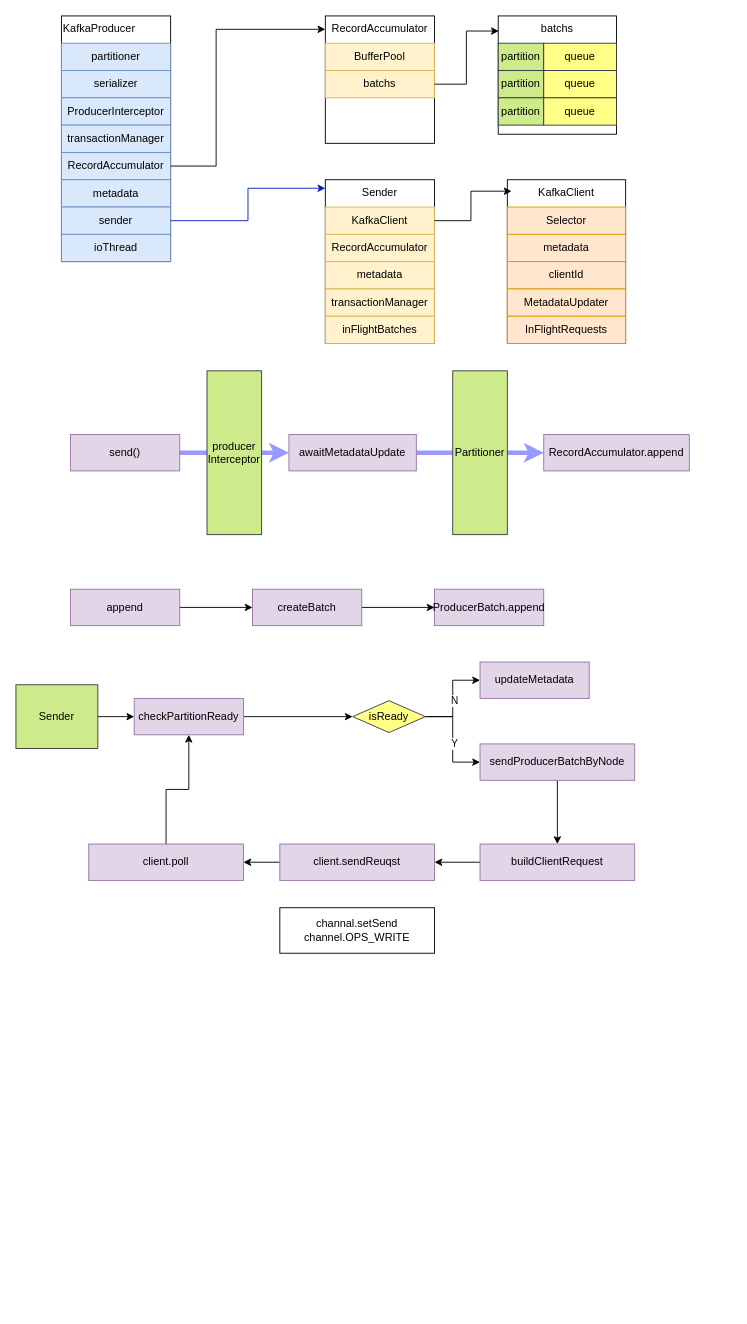
Before: draw/kafka/myKafka.drawio in BxcGit/draw, a draw.io diagram. Source tidied: cells renumbered, new cells numbered last; positions are measured from the earlier drawing's top-left corner, leaving out a move shared by most shapes. Both pictures are drawn from the tidied source at 91%, with x=0, y=0 at pixel (15, 15).
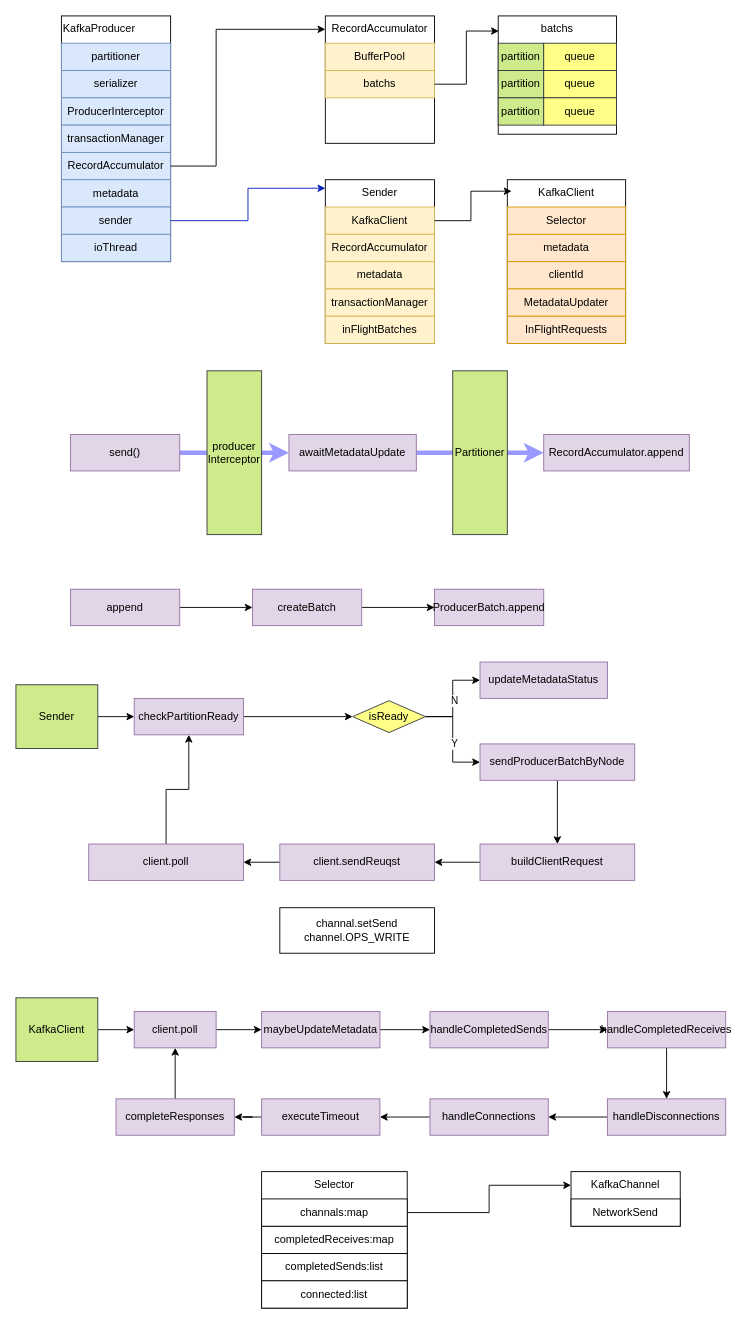
The same page after the edit.

Change to the diagram source:
```diff
@@
-    <mxCell id="53" value="updateMetadata" style="rounded=0;whiteSpace=wrap;html=1;align=center;verticalAlign=middle;fillColor=#e1d5e7;strokeColor=#9673a6;" parent="1" vertex="1">
-      <mxGeometry x="510" y="710" width="120" height="40" as="geometry" />
+    <mxCell id="53" value="updateMetadataStatus" style="rounded=0;whiteSpace=wrap;html=1;align=center;verticalAlign=middle;fillColor=#e1d5e7;strokeColor=#9673a6;" parent="1" vertex="1">
+      <mxGeometry x="510" y="710" width="140" height="40" as="geometry" />
     </mxCell>
@@
+    <mxCell id="68" style="edgeStyle=orthogonalEdgeStyle;rounded=0;jettySize=auto;html=1;entryX=0;entryY=0.5;entryDx=0;entryDy=0;" parent="1" edge="1" source="69" target="71">
+      <mxGeometry relative="1" as="geometry" />
+    </mxCell>
+    <mxCell id="69" value="KafkaClient" style="rounded=0;html=1;align=center;verticalAlign=middle;horizontal=1;whiteSpace=wrap;fillColor=#cdeb8b;strokeColor=#36393d;" parent="1" vertex="1">
+      <mxGeometry y="1079" width="90" height="70" as="geometry" />
+    </mxCell>
+    <mxCell id="70" style="edgeStyle=orthogonalEdgeStyle;rounded=0;jettySize=auto;html=1;" parent="1" edge="1" source="71" target="73">
+      <mxGeometry relative="1" as="geometry" />
+    </mxCell>
+    <mxCell id="71" value="client.poll" style="rounded=0;whiteSpace=wrap;html=1;align=center;verticalAlign=middle;fillColor=#e1d5e7;strokeColor=#9673a6;" parent="1" vertex="1">
+      <mxGeometry x="130" y="1094" width="90" height="40" as="geometry" />
+    </mxCell>
+    <mxCell id="72" style="edgeStyle=orthogonalEdgeStyle;rounded=0;jettySize=auto;html=1;" parent="1" edge="1" source="73" target="76">
+      <mxGeometry relative="1" as="geometry" />
+    </mxCell>
+    <mxCell id="73" value="maybeUpdateMetadata" style="rounded=0;whiteSpace=wrap;html=1;align=center;verticalAlign=middle;fillColor=#e1d5e7;strokeColor=#9673a6;" parent="1" vertex="1">
+      <mxGeometry x="270" y="1094" width="130" height="40" as="geometry" />
+    </mxCell>
+    <mxCell id="74" value="Selector" style="rounded=0;whiteSpace=wrap;html=1;align=center;verticalAlign=top;" parent="1" vertex="1">
+      <mxGeometry x="270" y="1270" width="160" height="150" as="geometry" />
+    </mxCell>
+    <mxCell id="75" style="edgeStyle=orthogonalEdgeStyle;rounded=0;jettySize=auto;html=1;entryX=0;entryY=0.5;entryDx=0;entryDy=0;" parent="1" edge="1" source="76" target="78">
+      <mxGeometry relative="1" as="geometry" />
+    </mxCell>
+    <mxCell id="76" value="handleCompletedSends" style="rounded=0;whiteSpace=wrap;html=1;align=center;verticalAlign=middle;fillColor=#e1d5e7;strokeColor=#9673a6;" parent="1" vertex="1">
+      <mxGeometry x="455" y="1094" width="130" height="40" as="geometry" />
+    </mxCell>
+    <mxCell id="77" style="edgeStyle=orthogonalEdgeStyle;rounded=0;jettySize=auto;html=1;" parent="1" edge="1" source="78" target="80">
+      <mxGeometry relative="1" as="geometry" />
+    </mxCell>
+    <mxCell id="78" value="handleCompletedReceives" style="rounded=0;whiteSpace=wrap;html=1;align=center;verticalAlign=middle;fillColor=#e1d5e7;strokeColor=#9673a6;" parent="1" vertex="1">
+      <mxGeometry x="650" y="1094" width="130" height="40" as="geometry" />
+    </mxCell>
+    <mxCell id="79" style="edgeStyle=orthogonalEdgeStyle;rounded=0;jettySize=auto;html=1;" parent="1" edge="1" source="80" target="82">
+      <mxGeometry relative="1" as="geometry" />
+    </mxCell>
+    <mxCell id="80" value="handleDisconnections" style="rounded=0;whiteSpace=wrap;html=1;align=center;verticalAlign=middle;fillColor=#e1d5e7;strokeColor=#9673a6;" parent="1" vertex="1">
+      <mxGeometry x="650" y="1190" width="130" height="40" as="geometry" />
+    </mxCell>
+    <mxCell id="81" style="edgeStyle=orthogonalEdgeStyle;rounded=0;jettySize=auto;html=1;" parent="1" edge="1" source="82" target="86">
+      <mxGeometry relative="1" as="geometry" />
+    </mxCell>
+    <mxCell id="82" value="handleConnections" style="rounded=0;whiteSpace=wrap;html=1;align=center;verticalAlign=middle;fillColor=#e1d5e7;strokeColor=#9673a6;" parent="1" vertex="1">
+      <mxGeometry x="455" y="1190" width="130" height="40" as="geometry" />
+    </mxCell>
+    <mxCell id="83" style="edgeStyle=orthogonalEdgeStyle;rounded=0;jettySize=auto;html=1;entryX=0.5;entryY=1;entryDx=0;entryDy=0;" parent="1" edge="1" source="84" target="71">
+      <mxGeometry relative="1" as="geometry" />
+    </mxCell>
+    <mxCell id="84" value="completeResponses" style="rounded=0;whiteSpace=wrap;html=1;align=center;verticalAlign=middle;fillColor=#e1d5e7;strokeColor=#9673a6;" parent="1" vertex="1">
+      <mxGeometry x="110" y="1190" width="130" height="40" as="geometry" />
+    </mxCell>
+    <mxCell id="85" style="edgeStyle=orthogonalEdgeStyle;rounded=0;jettySize=auto;html=1;" parent="1" edge="1" source="86" target="84">
+      <mxGeometry relative="1" as="geometry" />
+    </mxCell>
+    <mxCell id="86" value="executeTimeout" style="rounded=0;whiteSpace=wrap;html=1;align=center;verticalAlign=middle;fillColor=#e1d5e7;strokeColor=#9673a6;" parent="1" vertex="1">
+      <mxGeometry x="270" y="1190" width="130" height="40" as="geometry" />
+    </mxCell>
+    <mxCell id="87" value="completedSends:list" style="rounded=0;whiteSpace=wrap;html=1;align=center;verticalAlign=middle;" parent="1" vertex="1">
+      <mxGeometry x="270" y="1360" width="160" height="30" as="geometry" />
+    </mxCell>
+    <mxCell id="88" value="completedReceives:map" style="rounded=0;whiteSpace=wrap;html=1;align=center;verticalAlign=middle;" parent="1" vertex="1">
+      <mxGeometry x="270" y="1330" width="160" height="30" as="geometry" />
+    </mxCell>
+    <mxCell id="89" value="connected:list" style="rounded=0;whiteSpace=wrap;html=1;align=center;verticalAlign=middle;" parent="1" vertex="1">
+      <mxGeometry x="270" y="1390" width="160" height="30" as="geometry" />
+    </mxCell>
+    <mxCell id="90" style="edgeStyle=orthogonalEdgeStyle;rounded=0;jettySize=auto;html=1;entryX=0;entryY=0.25;entryDx=0;entryDy=0;" parent="1" edge="1" source="91" target="92">
+      <mxGeometry relative="1" as="geometry" />
+    </mxCell>
+    <mxCell id="91" value="channals:map" style="rounded=0;whiteSpace=wrap;html=1;align=center;verticalAlign=middle;" parent="1" vertex="1">
+      <mxGeometry x="270" y="1300" width="160" height="30" as="geometry" />
+    </mxCell>
+    <mxCell id="92" value="KafkaChannel" style="rounded=0;whiteSpace=wrap;html=1;align=center;verticalAlign=top;" parent="1" vertex="1">
+      <mxGeometry x="610" y="1270" width="120" height="60" as="geometry" />
+    </mxCell>
+    <mxCell id="93" value="NetworkSend" style="rounded=0;whiteSpace=wrap;html=1;align=center;verticalAlign=middle;" parent="1" vertex="1">
+      <mxGeometry x="610" y="1300" width="120" height="30" as="geometry" />
+    </mxCell>
```
